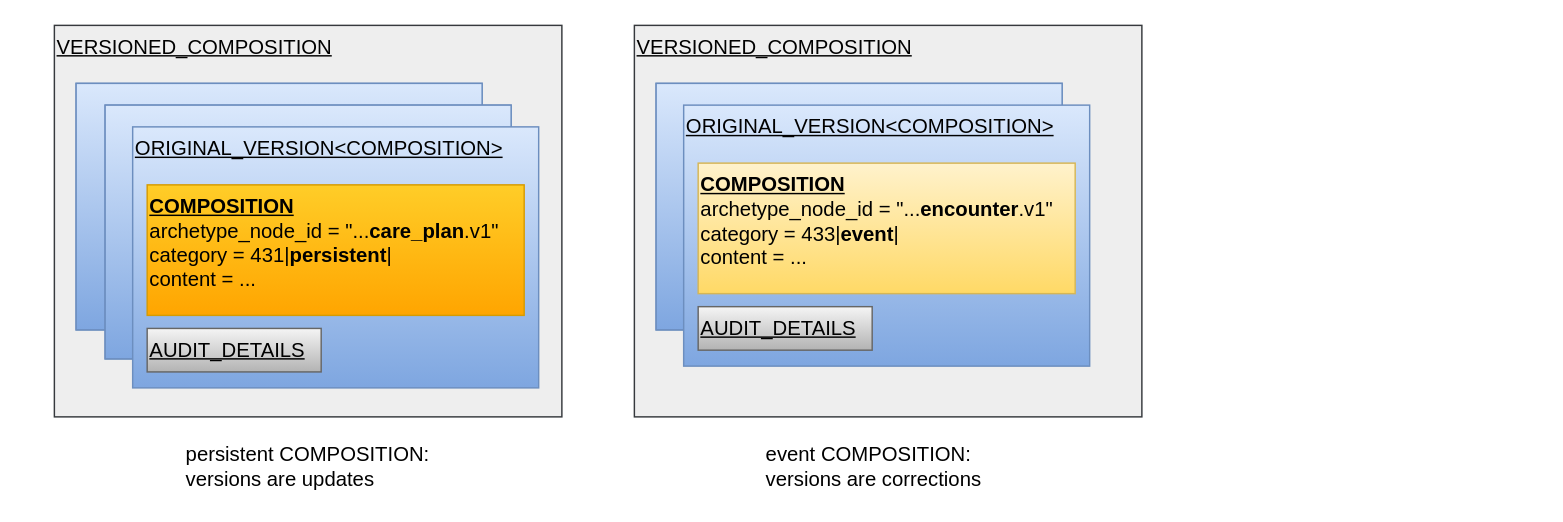
openEHR/specifications-RM keeps this draw.io diagram as docs/ehr/diagrams/versioned_compositions.drawio. Above is the earlier version. Source tidied: cells renumbered, new cells numbered last; positions are measured from the earlier drawing's top-left corner, leaving out a move shared by most shapes. Both pictures are drawn from the tidied source at 145%, with x=0, y=0 at pixel (54, 25).
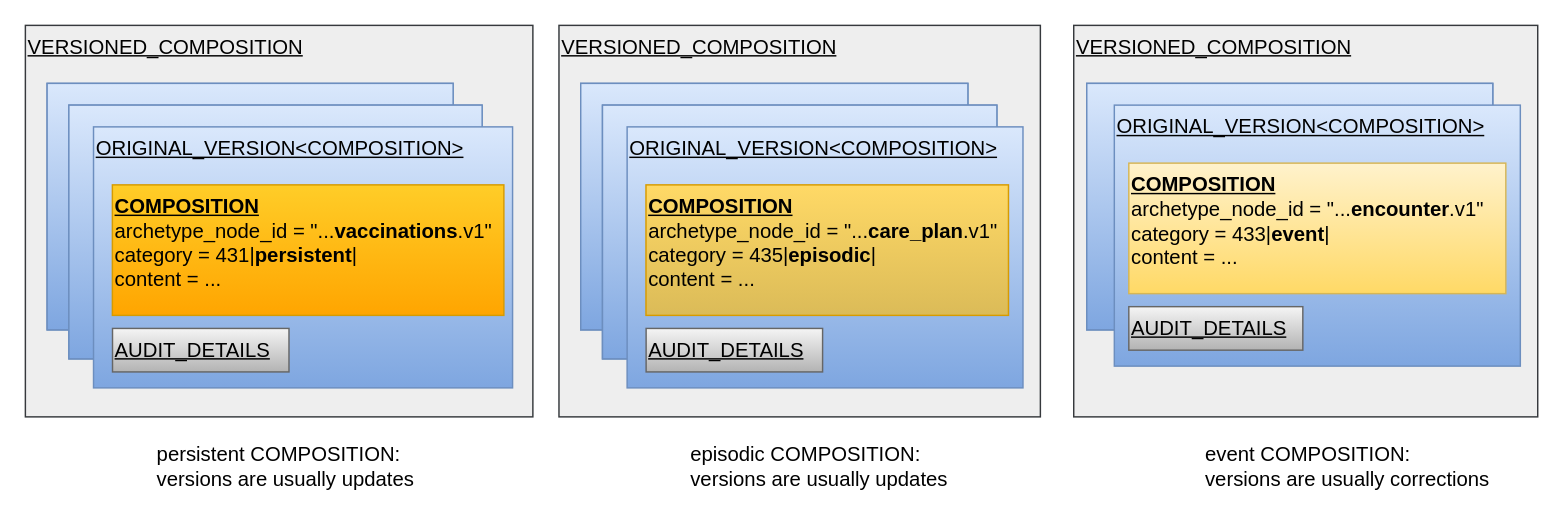
Above is the later version.

Change to the diagram source:
```diff
@@
     <mxCell id="2" value="&lt;u&gt;&lt;span&gt;VERSIONED_COMPOSITION&lt;/span&gt;&lt;/u&gt;&lt;br&gt;" style="rounded=0;whiteSpace=wrap;html=1;fontSize=14;verticalAlign=top;align=left;fillColor=#eeeeee;strokeColor=#36393d;fontStyle=0;" parent="1" vertex="1">
-      <mxGeometry width="350" height="270" as="geometry" />
+      <mxGeometry x="-20" width="350" height="270" as="geometry" />
     </mxCell>
     <mxCell id="3" style="group;fillColor=#dae8fc;strokeColor=#6c8ebf;gradientColor=#7ea6e0;" parent="1" vertex="1">
-      <mxGeometry x="15" y="40" width="280" height="170" as="geometry" />
+      <mxGeometry x="-5" y="40" width="280" height="170" as="geometry" />
     </mxCell>
@@
     <mxCell id="10" style="group;fillColor=#dae8fc;strokeColor=#6c8ebf;gradientColor=#7ea6e0;" parent="1" vertex="1">
-      <mxGeometry x="35" y="55" width="280" height="175" as="geometry" />
+      <mxGeometry x="10" y="55" width="285" height="175" as="geometry" />
     </mxCell>
     <mxCell id="11" style="rounded=0;whiteSpace=wrap;html=1;fontSize=14;verticalAlign=top;align=left;fillColor=#dae8fc;strokeColor=#6c8ebf;gradientColor=#7ea6e0;" parent="10" vertex="1">
-      <mxGeometry width="280" height="175" as="geometry" />
+      <mxGeometry width="285" height="175" as="geometry" />
     </mxCell>
     <mxCell id="12" style="rounded=0;whiteSpace=wrap;html=1;fontSize=14;verticalAlign=top;align=left;fillColor=#fff2cc;strokeColor=#d6b656;gradientColor=#ffd966;" parent="10" vertex="1">
-      <mxGeometry x="70" y="70" width="190" height="61.2" as="geometry" />
+      <mxGeometry x="71.2" y="70" width="193.4" height="61.2" as="geometry" />
     </mxCell>
     <mxCell id="13" style="group;" parent="10" vertex="1">
-      <mxGeometry x="89" y="77.9" width="89" height="47.2" as="geometry" />
+      <mxGeometry x="90.6" y="77.9" width="90.6" height="47.2" as="geometry" />
     </mxCell>
     <mxCell id="14" style="rounded=0;whiteSpace=wrap;html=1;fontSize=14;align=left;fillColor=#f8cecc;strokeColor=#b85450;" parent="13" vertex="1">
-      <mxGeometry width="30" height="8.8" as="geometry" />
+      <mxGeometry width="30.5" height="8.8" as="geometry" />
     </mxCell>
     <mxCell id="15" style="group;fontStyle=1;" parent="1" vertex="1">
-      <mxGeometry x="54" y="70" width="280" height="200" as="geometry" />
+      <mxGeometry x="30" y="70" width="284" height="200" as="geometry" />
     </mxCell>
     <mxCell id="16" value="&lt;u&gt;ORIGINAL_VERSION&amp;lt;COMPOSITION&amp;gt;&lt;/u&gt;" style="rounded=0;whiteSpace=wrap;html=1;fontSize=14;verticalAlign=top;align=left;fillColor=#dae8fc;strokeColor=#6c8ebf;gradientColor=#7ea6e0;" parent="15" vertex="1">
-      <mxGeometry width="280" height="180" as="geometry" />
+      <mxGeometry x="-3" width="289" height="180" as="geometry" />
     </mxCell>
-    <mxCell id="17" value="&lt;b&gt;&lt;u&gt;COMPOSITION&lt;/u&gt;&lt;/b&gt;&lt;br&gt;archetype_node_id = &quot;...&lt;b&gt;care_plan&lt;/b&gt;.v1&quot;&lt;br&gt;category = 431|&lt;b&gt;persistent&lt;/b&gt;|&lt;br&gt;content = ..." style="rounded=0;whiteSpace=wrap;html=1;fontSize=14;verticalAlign=top;align=left;fillColor=#ffcd28;strokeColor=#d79b00;gradientColor=#ffa500;" parent="15" vertex="1">
-      <mxGeometry x="10" y="40" width="260" height="90" as="geometry" />
+    <mxCell id="17" value="&lt;b&gt;&lt;u&gt;COMPOSITION&lt;/u&gt;&lt;/b&gt;&lt;br&gt;archetype_node_id = &quot;...&lt;b&gt;vaccinations&lt;/b&gt;.v1&quot;&lt;br&gt;category = 431|&lt;b&gt;persistent&lt;/b&gt;|&lt;br&gt;content = ..." style="rounded=0;whiteSpace=wrap;html=1;fontSize=14;verticalAlign=top;align=left;fillColor=#ffcd28;strokeColor=#d79b00;gradientColor=#ffa500;" parent="15" vertex="1">
+      <mxGeometry x="10" y="40" width="270" height="90" as="geometry" />
     </mxCell>
     <mxCell id="18" value="&lt;span style=&quot;font-weight: normal&quot;&gt;&lt;u&gt;AUDIT_DETAILS&lt;/u&gt;&lt;/span&gt;" style="rounded=0;whiteSpace=wrap;html=1;fontSize=14;verticalAlign=top;align=left;fillColor=#f5f5f5;strokeColor=#666666;gradientColor=#b3b3b3;fontStyle=1;" parent="15" vertex="1">
-      <mxGeometry x="10" y="139" width="120" height="30" as="geometry" />
+      <mxGeometry x="10.1" y="139" width="121.7" height="30" as="geometry" />
     </mxCell>
-    <mxCell id="19" value="persistent COMPOSITION:&lt;br&gt;versions are updates" style="text;html=1;align=left;verticalAlign=top;spacingTop=-4;fontSize=14;fontColor=#000000;" parent="1" vertex="1">
-      <mxGeometry x="89" y="285" width="180" height="40" as="geometry" />
+    <mxCell id="19" value="persistent COMPOSITION:&lt;br&gt;versions are&amp;nbsp;usually&amp;nbsp;updates" style="text;html=1;align=left;verticalAlign=top;spacingTop=-4;fontSize=14;fontColor=#000000;" parent="1" vertex="1">
+      <mxGeometry x="69" y="285" width="190" height="40" as="geometry" />
     </mxCell>
     <mxCell id="20" value="&lt;u&gt;&lt;span&gt;VERSIONED_COMPOSITION&lt;/span&gt;&lt;/u&gt;&lt;br&gt;" style="rounded=0;whiteSpace=wrap;html=1;fontSize=14;verticalAlign=top;align=left;fillColor=#eeeeee;strokeColor=#36393d;fontStyle=0;" parent="1" vertex="1">
-      <mxGeometry x="400" width="350" height="270" as="geometry" />
+      <mxGeometry x="703" width="320" height="270" as="geometry" />
     </mxCell>
     <mxCell id="21" style="group;fillColor=#dae8fc;strokeColor=#6c8ebf;gradientColor=#7ea6e0;" parent="1" vertex="1">
-      <mxGeometry x="415" y="40" width="280" height="170" as="geometry" />
+      <mxGeometry x="712" y="40" width="280" height="170" as="geometry" />
     </mxCell>
@@
     <mxCell id="28" style="group;fontStyle=1;" parent="1" vertex="1">
-      <mxGeometry x="434" y="55" width="280" height="200" as="geometry" />
+      <mxGeometry x="731" y="55" width="280" height="200" as="geometry" />
     </mxCell>
@@
-    <mxCell id="32" value="event COMPOSITION:&lt;br&gt;versions are corrections" style="text;html=1;align=left;verticalAlign=top;spacingTop=-4;fontSize=14;fontColor=#000000;" parent="1" vertex="1">
-      <mxGeometry x="489" y="285" width="160" height="40" as="geometry" />
+    <mxCell id="32" value="event COMPOSITION:&lt;br&gt;versions are usually corrections" style="text;html=1;align=left;verticalAlign=top;spacingTop=-4;fontSize=14;fontColor=#000000;" parent="1" vertex="1">
+      <mxGeometry x="792" y="285" width="210" height="40" as="geometry" />
     </mxCell>
+    <mxCell id="33" value="&lt;u&gt;&lt;span&gt;VERSIONED_COMPOSITION&lt;/span&gt;&lt;/u&gt;&lt;br&gt;" style="rounded=0;whiteSpace=wrap;html=1;fontSize=14;verticalAlign=top;align=left;fillColor=#eeeeee;strokeColor=#36393d;fontStyle=0;" parent="1" vertex="1">
+      <mxGeometry x="348" width="332" height="270" as="geometry" />
+    </mxCell>
+    <mxCell id="34" style="group;fillColor=#dae8fc;strokeColor=#6c8ebf;gradientColor=#7ea6e0;" parent="1" vertex="1">
+      <mxGeometry x="363" y="40" width="267" height="170" as="geometry" />
+    </mxCell>
+    <mxCell id="35" style="rounded=0;whiteSpace=wrap;html=1;fontSize=14;verticalAlign=top;align=left;fillColor=#dae8fc;strokeColor=#6c8ebf;gradientColor=#7ea6e0;" parent="34" vertex="1">
+      <mxGeometry width="267" height="170" as="geometry" />
+    </mxCell>
+    <mxCell id="36" style="rounded=0;whiteSpace=wrap;html=1;fontSize=14;verticalAlign=top;align=left;fillColor=#fff2cc;strokeColor=#d6b656;gradientColor=#ffd966;" parent="34" vertex="1">
+      <mxGeometry x="66.8" y="72.2" width="181.2" height="59.5" as="geometry" />
+    </mxCell>
+    <mxCell id="37" style="group;" parent="34" vertex="1">
+      <mxGeometry x="84.9" y="79.9" width="84.9" height="45.9" as="geometry" />
+    </mxCell>
+    <mxCell id="38" style="rounded=0;whiteSpace=wrap;html=1;fontSize=14;align=left;fillColor=#f8cecc;strokeColor=#b85450;" parent="37" vertex="1">
+      <mxGeometry width="28.6" height="8.5" as="geometry" />
+    </mxCell>
+    <mxCell id="39" style="edgeStyle=orthogonalEdgeStyle;rounded=0;jettySize=auto;html=1;exitX=0.5;exitY=1;exitDx=0;exitDy=0;entryX=0;entryY=0.5;entryDx=0;entryDy=0;fontSize=14;endArrow=none;endFill=0;" parent="37" edge="1" source="38">
+      <mxGeometry relative="1" as="geometry">
+        <mxPoint x="56.3" y="25.5" as="targetPoint" />
+      </mxGeometry>
+    </mxCell>
+    <mxCell id="40" style="edgeStyle=orthogonalEdgeStyle;rounded=0;jettySize=auto;html=1;exitX=0.5;exitY=1;exitDx=0;exitDy=0;entryX=0;entryY=0.5;entryDx=0;entryDy=0;endArrow=none;endFill=0;fontSize=14;" parent="37" edge="1" source="38">
+      <mxGeometry relative="1" as="geometry">
+        <mxPoint x="56.3" y="41.6" as="targetPoint" />
+      </mxGeometry>
+    </mxCell>
+    <mxCell id="41" style="group;fillColor=#dae8fc;strokeColor=#6c8ebf;gradientColor=#7ea6e0;" parent="1" vertex="1">
+      <mxGeometry x="378" y="55" width="272" height="175" as="geometry" />
+    </mxCell>
+    <mxCell id="42" style="rounded=0;whiteSpace=wrap;html=1;fontSize=14;verticalAlign=top;align=left;fillColor=#dae8fc;strokeColor=#6c8ebf;gradientColor=#7ea6e0;" parent="41" vertex="1">
+      <mxGeometry width="272" height="175" as="geometry" />
+    </mxCell>
+    <mxCell id="43" style="rounded=0;whiteSpace=wrap;html=1;fontSize=14;verticalAlign=top;align=left;fillColor=#fff2cc;strokeColor=#d6b656;gradientColor=#ffd966;" parent="41" vertex="1">
+      <mxGeometry x="68" y="70" width="184.6" height="61.2" as="geometry" />
+    </mxCell>
+    <mxCell id="44" style="group;" parent="41" vertex="1">
+      <mxGeometry x="86.5" y="77.9" width="86.5" height="47.2" as="geometry" />
+    </mxCell>
+    <mxCell id="45" style="rounded=0;whiteSpace=wrap;html=1;fontSize=14;align=left;fillColor=#f8cecc;strokeColor=#b85450;" parent="44" vertex="1">
+      <mxGeometry width="29.1" height="8.8" as="geometry" />
+    </mxCell>
+    <mxCell id="46" style="group;fontStyle=1;" parent="1" vertex="1">
+      <mxGeometry x="398" y="70" width="284" height="200" as="geometry" />
+    </mxCell>
+    <mxCell id="47" value="&lt;u&gt;ORIGINAL_VERSION&amp;lt;COMPOSITION&amp;gt;&lt;/u&gt;" style="rounded=0;whiteSpace=wrap;html=1;fontSize=14;verticalAlign=top;align=left;fillColor=#dae8fc;strokeColor=#6c8ebf;gradientColor=#7ea6e0;" parent="46" vertex="1">
+      <mxGeometry x="-3" width="273" height="180" as="geometry" />
+    </mxCell>
+    <mxCell id="48" value="&lt;b&gt;&lt;u&gt;COMPOSITION&lt;/u&gt;&lt;/b&gt;&lt;br&gt;archetype_node_id = &quot;...&lt;b&gt;care_plan&lt;/b&gt;.v1&quot;&lt;br&gt;category = 435|&lt;b&gt;episodic&lt;/b&gt;|&lt;br&gt;content = ..." style="rounded=0;whiteSpace=wrap;html=1;fontSize=14;verticalAlign=top;align=left;fillColor=#FFD966;strokeColor=#d79b00;gradientColor=#DBBB58;" parent="46" vertex="1">
+      <mxGeometry x="10" y="40" width="250" height="90" as="geometry" />
+    </mxCell>
+    <mxCell id="49" value="&lt;span style=&quot;font-weight: normal&quot;&gt;&lt;u&gt;AUDIT_DETAILS&lt;/u&gt;&lt;/span&gt;" style="rounded=0;whiteSpace=wrap;html=1;fontSize=14;verticalAlign=top;align=left;fillColor=#f5f5f5;strokeColor=#666666;gradientColor=#b3b3b3;fontStyle=1;" parent="46" vertex="1">
+      <mxGeometry x="10.1" y="139" width="121.7" height="30" as="geometry" />
+    </mxCell>
+    <mxCell id="50" value="episodic COMPOSITION:&lt;br&gt;versions are&amp;nbsp;usually&amp;nbsp;updates" style="text;html=1;align=left;verticalAlign=top;spacingTop=-4;fontSize=14;fontColor=#000000;" parent="1" vertex="1">
+      <mxGeometry x="437" y="285" width="190" height="40" as="geometry" />
+    </mxCell>
```
